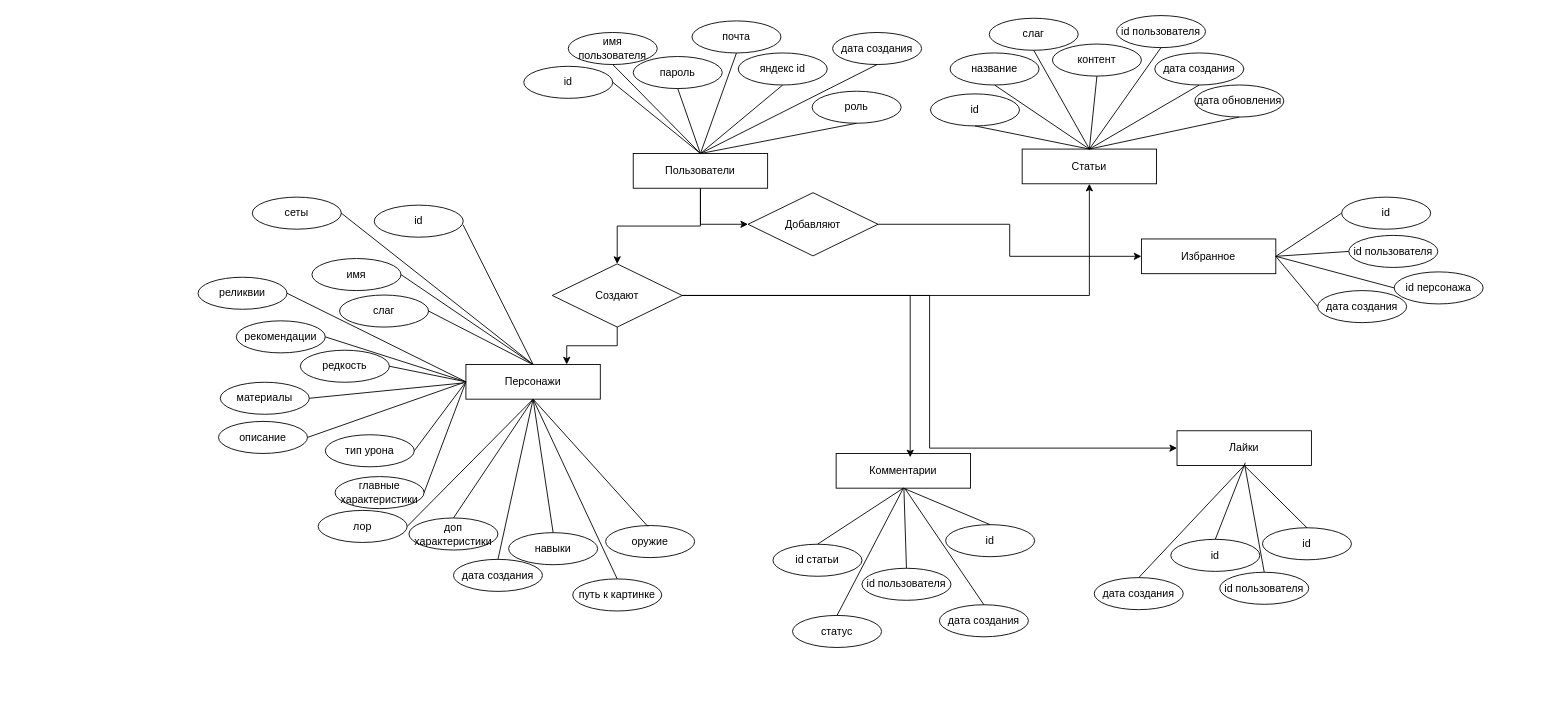
This is инфологическая.drawio from Tunez666/hsr, a draw.io file, before an edit. Source tidied: cells renumbered, new cells numbered last; positions are measured from the earlier drawing's top-left corner, leaving out a move shared by most shapes. Both pictures are drawn from the tidied source at 89%, with x=0, y=0 at pixel (198, 15).
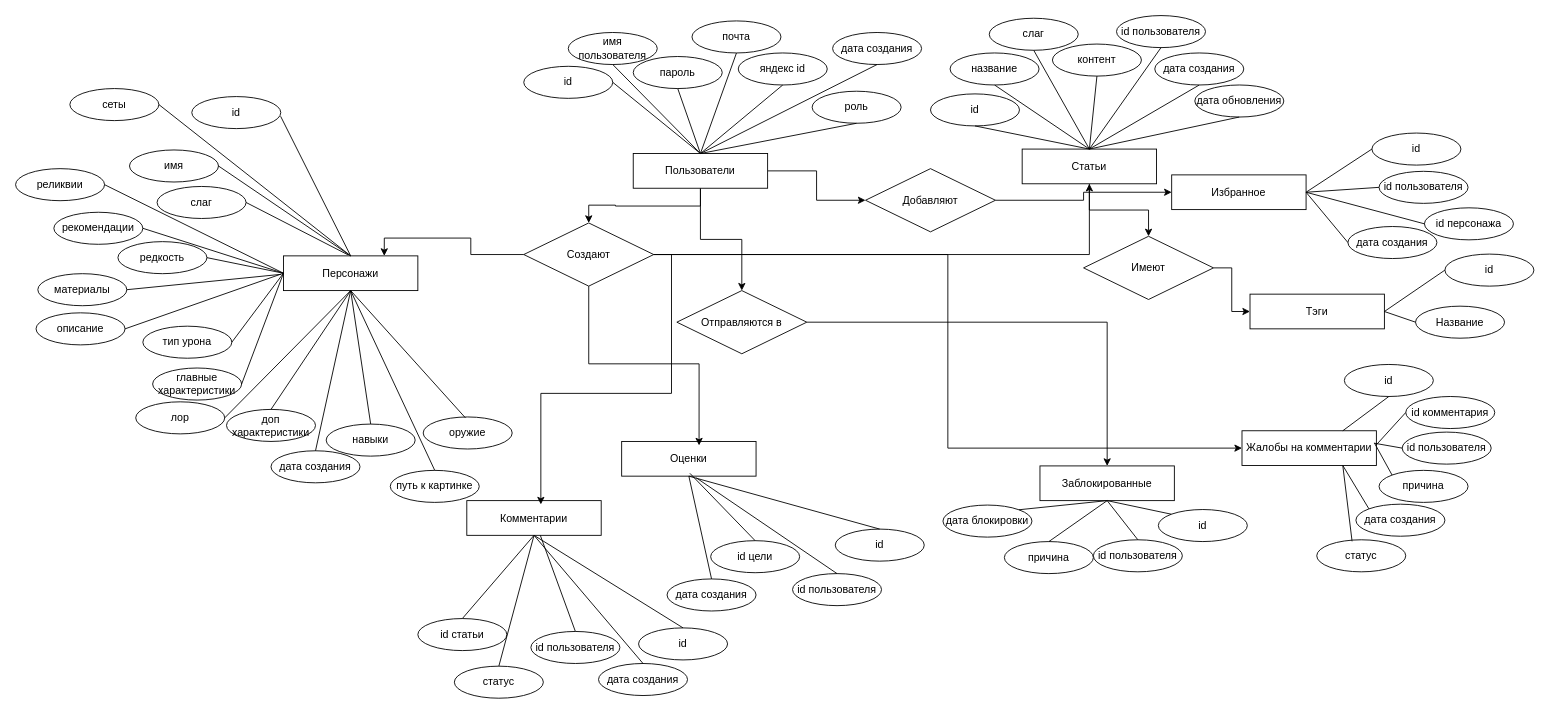
The same page after the edit.

Unchanged cells that the change refers to:
```xml
<mxCell id="4" value="Пользователи" style="rounded=0;whiteSpace=wrap;html=1;" parent="1" vertex="1">
  <mxGeometry x="489" y="155" width="151" height="39" as="geometry" />
</mxCell>
<mxCell id="30" value="Статьи" style="rounded=0;whiteSpace=wrap;html=1;" parent="1" vertex="1">
  <mxGeometry x="926" y="150" width="151" height="39" as="geometry" />
</mxCell>
```

Change to the diagram source:
```diff
@@
+    <mxCell id="105" style="edgeStyle=orthogonalEdgeStyle;rounded=0;jettySize=auto;html=1;" parent="1" edge="1" source="4" target="136">
+      <mxGeometry relative="1" as="geometry" />
+    </mxCell>
@@
     <mxCell id="12" value="Персонажи" style="rounded=0;whiteSpace=wrap;html=1;" parent="1" vertex="1">
-      <mxGeometry x="301" y="392" width="151" height="39" as="geometry" />
+      <mxGeometry x="96" y="270" width="151" height="39" as="geometry" />
     </mxCell>
     <mxCell id="13" value="id" style="ellipse;whiteSpace=wrap;html=1;" parent="1" vertex="1">
-      <mxGeometry x="198" y="213" width="100" height="36" as="geometry" />
+      <mxGeometry x="-7" y="91" width="100" height="36" as="geometry" />
     </mxCell>
     <mxCell id="14" value="имя" style="ellipse;whiteSpace=wrap;html=1;" parent="1" vertex="1">
-      <mxGeometry x="128" y="273" width="100" height="36" as="geometry" />
+      <mxGeometry x="-77" y="151" width="100" height="36" as="geometry" />
     </mxCell>
     <mxCell id="15" value="слаг" style="ellipse;whiteSpace=wrap;html=1;" parent="1" vertex="1">
-      <mxGeometry x="159" y="314" width="100" height="36" as="geometry" />
+      <mxGeometry x="-46" y="192" width="100" height="36" as="geometry" />
     </mxCell>
     <mxCell id="16" value="редкость" style="ellipse;whiteSpace=wrap;html=1;" parent="1" vertex="1">
-      <mxGeometry x="115" y="376" width="100" height="36" as="geometry" />
+      <mxGeometry x="-90" y="254" width="100" height="36" as="geometry" />
     </mxCell>
     <mxCell id="17" value="путь к картинке" style="ellipse;whiteSpace=wrap;html=1;" parent="1" vertex="1">
-      <mxGeometry x="421" y="633" width="100" height="36" as="geometry" />
+      <mxGeometry x="216" y="511" width="100" height="36" as="geometry" />
     </mxCell>
     <mxCell id="18" value="тип урона" style="ellipse;whiteSpace=wrap;html=1;" parent="1" vertex="1">
-      <mxGeometry x="143" y="471" width="100" height="36" as="geometry" />
+      <mxGeometry x="-62" y="349" width="100" height="36" as="geometry" />
     </mxCell>
     <mxCell id="19" value="главные характеристики" style="ellipse;whiteSpace=wrap;html=1;" parent="1" vertex="1">
-      <mxGeometry x="154" y="518" width="100" height="36" as="geometry" />
+      <mxGeometry x="-51" y="396" width="100" height="36" as="geometry" />
     </mxCell>
     <mxCell id="20" value="доп характеристики" style="ellipse;whiteSpace=wrap;html=1;" parent="1" vertex="1">
-      <mxGeometry x="237" y="564.5" width="100" height="36" as="geometry" />
+      <mxGeometry x="32" y="442.5" width="100" height="36" as="geometry" />
     </mxCell>
     <mxCell id="21" value="навыки" style="ellipse;whiteSpace=wrap;html=1;" parent="1" vertex="1">
-      <mxGeometry x="349" y="581" width="100" height="36" as="geometry" />
+      <mxGeometry x="144" y="459" width="100" height="36" as="geometry" />
     </mxCell>
     <mxCell id="22" value="оружие" style="ellipse;whiteSpace=wrap;html=1;" parent="1" vertex="1">
-      <mxGeometry x="458" y="573" width="100" height="36" as="geometry" />
+      <mxGeometry x="253" y="451" width="100" height="36" as="geometry" />
     </mxCell>
     <mxCell id="23" value="сеты" style="ellipse;whiteSpace=wrap;html=1;" parent="1" vertex="1">
-      <mxGeometry x="61" y="204" width="100" height="36" as="geometry" />
+      <mxGeometry x="-144" y="82" width="100" height="36" as="geometry" />
     </mxCell>
     <mxCell id="24" value="реликвии" style="ellipse;whiteSpace=wrap;html=1;" parent="1" vertex="1">
-      <mxGeometry y="294" width="100" height="36" as="geometry" />
+      <mxGeometry x="-205" y="172" width="100" height="36" as="geometry" />
     </mxCell>
     <mxCell id="25" value="рекомендации" style="ellipse;whiteSpace=wrap;html=1;" parent="1" vertex="1">
-      <mxGeometry x="43" y="343" width="100" height="36" as="geometry" />
+      <mxGeometry x="-162" y="221" width="100" height="36" as="geometry" />
     </mxCell>
     <mxCell id="26" value="материалы" style="ellipse;whiteSpace=wrap;html=1;" parent="1" vertex="1">
-      <mxGeometry x="25" y="412" width="100" height="36" as="geometry" />
+      <mxGeometry x="-180" y="290" width="100" height="36" as="geometry" />
     </mxCell>
     <mxCell id="27" value="описание" style="ellipse;whiteSpace=wrap;html=1;" parent="1" vertex="1">
-      <mxGeometry x="23" y="456" width="100" height="36" as="geometry" />
+      <mxGeometry x="-182" y="334" width="100" height="36" as="geometry" />
     </mxCell>
     <mxCell id="28" value="лор" style="ellipse;whiteSpace=wrap;html=1;" parent="1" vertex="1">
-      <mxGeometry x="135" y="556" width="100" height="36" as="geometry" />
+      <mxGeometry x="-70" y="434" width="100" height="36" as="geometry" />
     </mxCell>
     <mxCell id="29" value="дата создания" style="ellipse;whiteSpace=wrap;html=1;" parent="1" vertex="1">
-      <mxGeometry x="287" y="611" width="100" height="36" as="geometry" />
+      <mxGeometry x="82" y="489" width="100" height="36" as="geometry" />
     </mxCell>
+    <mxCell id="106" style="edgeStyle=orthogonalEdgeStyle;rounded=0;jettySize=auto;html=1;entryX=0.5;entryY=0;entryDx=0;entryDy=0;" parent="1" edge="1" source="30" target="138">
+      <mxGeometry relative="1" as="geometry" />
+    </mxCell>
@@
     <mxCell id="38" value="Избранное" style="rounded=0;whiteSpace=wrap;html=1;" parent="1" vertex="1">
-      <mxGeometry x="1060" y="251" width="151" height="39" as="geometry" />
+      <mxGeometry x="1094" y="179" width="151" height="39" as="geometry" />
     </mxCell>
     <mxCell id="39" value="id" style="ellipse;whiteSpace=wrap;html=1;" parent="1" vertex="1">
-      <mxGeometry x="1285" y="204" width="100" height="36" as="geometry" />
+      <mxGeometry x="1319" y="132" width="100" height="36" as="geometry" />
     </mxCell>
     <mxCell id="40" value="id пользователя" style="ellipse;whiteSpace=wrap;html=1;" parent="1" vertex="1">
-      <mxGeometry x="1293" y="247" width="100" height="36" as="geometry" />
+      <mxGeometry x="1327" y="175" width="100" height="36" as="geometry" />
     </mxCell>
     <mxCell id="41" value="id персонажа" style="ellipse;whiteSpace=wrap;html=1;" parent="1" vertex="1">
-      <mxGeometry x="1344" y="288" width="100" height="36" as="geometry" />
+      <mxGeometry x="1378" y="216" width="100" height="36" as="geometry" />
     </mxCell>
     <mxCell id="42" value="дата создания" style="ellipse;whiteSpace=wrap;html=1;" parent="1" vertex="1">
-      <mxGeometry x="1258" y="309" width="100" height="36" as="geometry" />
+      <mxGeometry x="1292" y="237" width="100" height="36" as="geometry" />
     </mxCell>
-    <mxCell id="43" value="Лайки" style="rounded=0;whiteSpace=wrap;html=1;" parent="1" vertex="1">
-      <mxGeometry x="1100" y="466.5" width="151" height="39" as="geometry" />
+    <mxCell id="43" value="Оценки" style="rounded=0;whiteSpace=wrap;html=1;" parent="1" vertex="1">
+      <mxGeometry x="476" y="478.5" width="151" height="39" as="geometry" />
     </mxCell>
     <mxCell id="44" value="id" style="ellipse;whiteSpace=wrap;html=1;" parent="1" vertex="1">
-      <mxGeometry x="1196" y="575.5" width="100" height="36" as="geometry" />
+      <mxGeometry x="716" y="577" width="100" height="36" as="geometry" />
     </mxCell>
     <mxCell id="45" value="id пользователя" style="ellipse;whiteSpace=wrap;html=1;" parent="1" vertex="1">
-      <mxGeometry x="1148" y="625.5" width="100" height="36" as="geometry" />
+      <mxGeometry x="668" y="627" width="100" height="36" as="geometry" />
     </mxCell>
-    <mxCell id="46" value="id" style="ellipse;whiteSpace=wrap;html=1;" parent="1" vertex="1">
-      <mxGeometry x="1093" y="588.5" width="100" height="36" as="geometry" />
+    <mxCell id="46" value="id цели" style="ellipse;whiteSpace=wrap;html=1;" parent="1" vertex="1">
+      <mxGeometry x="576" y="590" width="100" height="36" as="geometry" />
     </mxCell>
     <mxCell id="47" value="дата создания" style="ellipse;whiteSpace=wrap;html=1;" parent="1" vertex="1">
-      <mxGeometry x="1007" y="631.5" width="100" height="36" as="geometry" />
+      <mxGeometry x="527" y="633" width="100" height="36" as="geometry" />
     </mxCell>
     <mxCell id="48" value="Комментарии" style="rounded=0;whiteSpace=wrap;html=1;" parent="1" vertex="1">
-      <mxGeometry x="717" y="492" width="151" height="39" as="geometry" />
+      <mxGeometry x="302" y="545" width="151" height="39" as="geometry" />
     </mxCell>
     <mxCell id="49" value="id" style="ellipse;whiteSpace=wrap;html=1;" parent="1" vertex="1">
-      <mxGeometry x="840" y="572" width="100" height="36" as="geometry" />
+      <mxGeometry x="495" y="688" width="100" height="36" as="geometry" />
     </mxCell>
     <mxCell id="50" value="id пользователя" style="ellipse;whiteSpace=wrap;html=1;" parent="1" vertex="1">
-      <mxGeometry x="746" y="621" width="100" height="36" as="geometry" />
+      <mxGeometry x="374" y="692" width="100" height="36" as="geometry" />
     </mxCell>
     <mxCell id="51" value="id статьи" style="ellipse;whiteSpace=wrap;html=1;" parent="1" vertex="1">
-      <mxGeometry x="646" y="594" width="100" height="36" as="geometry" />
+      <mxGeometry x="247" y="677.5" width="100" height="36" as="geometry" />
     </mxCell>
     <mxCell id="52" value="статус" style="ellipse;whiteSpace=wrap;html=1;" parent="1" vertex="1">
-      <mxGeometry x="668" y="674" width="100" height="36" as="geometry" />
+      <mxGeometry x="288" y="731" width="100" height="36" as="geometry" />
     </mxCell>
     <mxCell id="53" value="дата создания" style="ellipse;whiteSpace=wrap;html=1;" parent="1" vertex="1">
-      <mxGeometry x="833" y="662" width="100" height="36" as="geometry" />
+      <mxGeometry x="450" y="728" width="100" height="36" as="geometry" />
     </mxCell>
@@
-    <mxCell id="75" style="endArrow=none;html=1;rounded=0;exitX=0.5;exitY=0;exitDx=0;exitDy=0;" parent="1" edge="1" source="53">
-      <mxGeometry relative="1" as="geometry">
-        <mxPoint x="794" y="531" as="targetPoint" />
-      </mxGeometry>
+    <mxCell id="75" style="endArrow=none;html=1;rounded=0;exitX=0.5;exitY=0;exitDx=0;exitDy=0;entryX=0.5;entryY=1;entryDx=0;entryDy=0;" parent="1" edge="1" source="53" target="48">
+      <mxGeometry relative="1" as="geometry" />
     </mxCell>
@@
-    <mxCell id="78" style="endArrow=none;html=1;rounded=0;exitX=0.5;exitY=0;exitDx=0;exitDy=0;" parent="1" edge="1" source="45">
-      <mxGeometry relative="1" as="geometry">
-        <mxPoint x="1176" y="504.5" as="targetPoint" />
-      </mxGeometry>
+    <mxCell id="78" style="endArrow=none;html=1;rounded=0;exitX=0.5;exitY=0;exitDx=0;exitDy=0;entryX=0.556;entryY=1.051;entryDx=0;entryDy=0;entryPerimeter=0;" parent="1" edge="1" source="45" target="43">
+      <mxGeometry relative="1" as="geometry" />
     </mxCell>
@@
-    <mxCell id="100" style="edgeStyle=orthogonalEdgeStyle;rounded=0;jettySize=auto;html=1;exitX=1;exitY=0.5;exitDx=0;exitDy=0;entryX=0;entryY=0.5;entryDx=0;entryDy=0;" parent="1" edge="1" source="101" target="43">
-      <mxGeometry relative="1" as="geometry" />
-    </mxCell>
+    <mxCell id="107" style="edgeStyle=orthogonalEdgeStyle;rounded=0;jettySize=auto;html=1;entryX=0;entryY=0.5;entryDx=0;entryDy=0;" parent="1" edge="1" source="101" target="111">
+      <mxGeometry relative="1" as="geometry" />
+    </mxCell>
     <mxCell id="101" value="Создают" style="rhombus;whiteSpace=wrap;html=1;" parent="1" vertex="1">
-      <mxGeometry x="398" y="279" width="146" height="71" as="geometry" />
+      <mxGeometry x="366" y="233" width="146" height="71" as="geometry" />
     </mxCell>
@@
     <mxCell id="104" value="Добавляют" style="rhombus;whiteSpace=wrap;html=1;" parent="1" vertex="1">
-      <mxGeometry x="618" y="199" width="146" height="71" as="geometry" />
+      <mxGeometry x="750" y="172" width="146" height="71" as="geometry" />
     </mxCell>
+    <mxCell id="108" value="Тэги" style="rounded=0;whiteSpace=wrap;html=1;" parent="1" vertex="1">
+      <mxGeometry x="1182" y="313" width="151" height="39" as="geometry" />
+    </mxCell>
+    <mxCell id="109" value="id" style="ellipse;whiteSpace=wrap;html=1;" parent="1" vertex="1">
+      <mxGeometry x="1401" y="268" width="100" height="36" as="geometry" />
+    </mxCell>
+    <mxCell id="110" value="Название" style="ellipse;whiteSpace=wrap;html=1;" parent="1" vertex="1">
+      <mxGeometry x="1368" y="326.5" width="100" height="36" as="geometry" />
+    </mxCell>
+    <mxCell id="111" value="Жалобы на комментарии" style="rounded=0;whiteSpace=wrap;html=1;" parent="1" vertex="1">
+      <mxGeometry x="1173" y="466.5" width="151" height="39" as="geometry" />
+    </mxCell>
+    <mxCell id="112" value="id" style="ellipse;whiteSpace=wrap;html=1;" parent="1" vertex="1">
+      <mxGeometry x="1288" y="392" width="100" height="36" as="geometry" />
+    </mxCell>
+    <mxCell id="113" value="id комментария" style="ellipse;whiteSpace=wrap;html=1;" parent="1" vertex="1">
+      <mxGeometry x="1357" y="428" width="100" height="36" as="geometry" />
+    </mxCell>
+    <mxCell id="114" value="id пользователя" style="ellipse;whiteSpace=wrap;html=1;" parent="1" vertex="1">
+      <mxGeometry x="1353" y="468" width="100" height="36" as="geometry" />
+    </mxCell>
+    <mxCell id="115" value="причина" style="ellipse;whiteSpace=wrap;html=1;" parent="1" vertex="1">
+      <mxGeometry x="1327" y="511" width="100" height="36" as="geometry" />
+    </mxCell>
+    <mxCell id="116" value="дата создания" style="ellipse;whiteSpace=wrap;html=1;" parent="1" vertex="1">
+      <mxGeometry x="1301" y="549" width="100" height="36" as="geometry" />
+    </mxCell>
+    <mxCell id="117" value="статус" style="ellipse;whiteSpace=wrap;html=1;" parent="1" vertex="1">
+      <mxGeometry x="1257" y="589" width="100" height="36" as="geometry" />
+    </mxCell>
+    <mxCell id="100" style="edgeStyle=orthogonalEdgeStyle;rounded=0;jettySize=auto;html=1;entryX=0.576;entryY=0.115;entryDx=0;entryDy=0;entryPerimeter=0;" parent="1" edge="1" source="101" target="43">
+      <mxGeometry relative="1" as="geometry" />
+    </mxCell>
+    <mxCell id="118" value="Заблокированные" style="rounded=0;whiteSpace=wrap;html=1;" parent="1" vertex="1">
+      <mxGeometry x="946" y="506" width="151" height="39" as="geometry" />
+    </mxCell>
+    <mxCell id="119" value="id" style="ellipse;whiteSpace=wrap;html=1;" parent="1" vertex="1">
+      <mxGeometry x="1079" y="555" width="100" height="36" as="geometry" />
+    </mxCell>
+    <mxCell id="120" value="id пользователя" style="ellipse;whiteSpace=wrap;html=1;" parent="1" vertex="1">
+      <mxGeometry x="1006" y="589" width="100" height="36" as="geometry" />
+    </mxCell>
+    <mxCell id="121" value="причина" style="ellipse;whiteSpace=wrap;html=1;" parent="1" vertex="1">
+      <mxGeometry x="906" y="591" width="100" height="36" as="geometry" />
+    </mxCell>
+    <mxCell id="122" value="дата блокировки" style="ellipse;whiteSpace=wrap;html=1;" parent="1" vertex="1">
+      <mxGeometry x="837" y="550" width="100" height="36" as="geometry" />
+    </mxCell>
+    <mxCell id="123" style="endArrow=none;html=1;rounded=0;exitX=1;exitY=0;exitDx=0;exitDy=0;entryX=0.5;entryY=1;entryDx=0;entryDy=0;" parent="1" edge="1" source="122" target="118">
+      <mxGeometry relative="1" as="geometry" />
+    </mxCell>
+    <mxCell id="124" style="endArrow=none;html=1;rounded=0;exitX=0.5;exitY=0;exitDx=0;exitDy=0;entryX=0.5;entryY=1;entryDx=0;entryDy=0;" parent="1" edge="1" source="121" target="118">
+      <mxGeometry relative="1" as="geometry" />
+    </mxCell>
+    <mxCell id="125" style="endArrow=none;html=1;rounded=0;exitX=0.5;exitY=0;exitDx=0;exitDy=0;entryX=0.5;entryY=1;entryDx=0;entryDy=0;" parent="1" edge="1" source="120" target="118">
+      <mxGeometry relative="1" as="geometry" />
+    </mxCell>
+    <mxCell id="126" style="endArrow=none;html=1;rounded=0;exitX=0.5;exitY=1;exitDx=0;exitDy=0;entryX=0;entryY=0;entryDx=0;entryDy=0;" parent="1" edge="1" source="118" target="119">
+      <mxGeometry relative="1" as="geometry" />
+    </mxCell>
+    <mxCell id="127" style="endArrow=none;html=1;rounded=0;exitX=0.75;exitY=0;exitDx=0;exitDy=0;entryX=0.5;entryY=1;entryDx=0;entryDy=0;" parent="1" edge="1" source="111" target="112">
+      <mxGeometry relative="1" as="geometry" />
+    </mxCell>
+    <mxCell id="128" style="endArrow=none;html=1;rounded=0;exitX=0.997;exitY=0.416;exitDx=0;exitDy=0;exitPerimeter=0;entryX=0;entryY=0.5;entryDx=0;entryDy=0;" parent="1" edge="1" source="111" target="113">
+      <mxGeometry relative="1" as="geometry" />
+    </mxCell>
+    <mxCell id="129" style="endArrow=none;html=1;rounded=0;exitX=0.982;exitY=0.357;exitDx=0;exitDy=0;exitPerimeter=0;entryX=0;entryY=0.5;entryDx=0;entryDy=0;" parent="1" edge="1" source="111" target="114">
+      <mxGeometry relative="1" as="geometry" />
+    </mxCell>
+    <mxCell id="130" style="endArrow=none;html=1;rounded=0;exitX=0.986;exitY=0.357;exitDx=0;exitDy=0;exitPerimeter=0;entryX=0;entryY=0;entryDx=0;entryDy=0;" parent="1" edge="1" source="111" target="115">
+      <mxGeometry relative="1" as="geometry" />
+    </mxCell>
+    <mxCell id="131" style="endArrow=none;html=1;rounded=0;exitX=0.75;exitY=1;exitDx=0;exitDy=0;entryX=0;entryY=0;entryDx=0;entryDy=0;" parent="1" edge="1" source="111" target="116">
+      <mxGeometry relative="1" as="geometry" />
+    </mxCell>
+    <mxCell id="132" style="endArrow=none;html=1;rounded=0;exitX=0.75;exitY=1;exitDx=0;exitDy=0;entryX=0.397;entryY=0.048;entryDx=0;entryDy=0;entryPerimeter=0;" parent="1" edge="1" source="111" target="117">
+      <mxGeometry relative="1" as="geometry" />
+    </mxCell>
+    <mxCell id="133" style="endArrow=none;html=1;rounded=0;entryX=0;entryY=0.5;entryDx=0;entryDy=0;exitX=1;exitY=0.5;exitDx=0;exitDy=0;" parent="1" edge="1" source="108" target="109">
+      <mxGeometry relative="1" as="geometry" />
+    </mxCell>
+    <mxCell id="134" style="endArrow=none;html=1;rounded=0;exitX=1;exitY=0.5;exitDx=0;exitDy=0;entryX=0;entryY=0.5;entryDx=0;entryDy=0;" parent="1" edge="1" source="108" target="110">
+      <mxGeometry relative="1" as="geometry" />
+    </mxCell>
+    <mxCell id="135" style="edgeStyle=orthogonalEdgeStyle;rounded=0;jettySize=auto;html=1;entryX=0.5;entryY=0;entryDx=0;entryDy=0;" parent="1" edge="1" source="136" target="118">
+      <mxGeometry relative="1" as="geometry" />
+    </mxCell>
+    <mxCell id="136" value="Отправляются в" style="rhombus;whiteSpace=wrap;html=1;" parent="1" vertex="1">
+      <mxGeometry x="538" y="309" width="146" height="71" as="geometry" />
+    </mxCell>
+    <mxCell id="137" style="edgeStyle=orthogonalEdgeStyle;rounded=0;jettySize=auto;html=1;entryX=0;entryY=0.5;entryDx=0;entryDy=0;" parent="1" edge="1" source="138" target="108">
+      <mxGeometry relative="1" as="geometry" />
+    </mxCell>
+    <mxCell id="138" value="Имеют" style="rhombus;whiteSpace=wrap;html=1;" parent="1" vertex="1">
+      <mxGeometry x="995" y="248" width="146" height="71" as="geometry" />
+    </mxCell>
```
